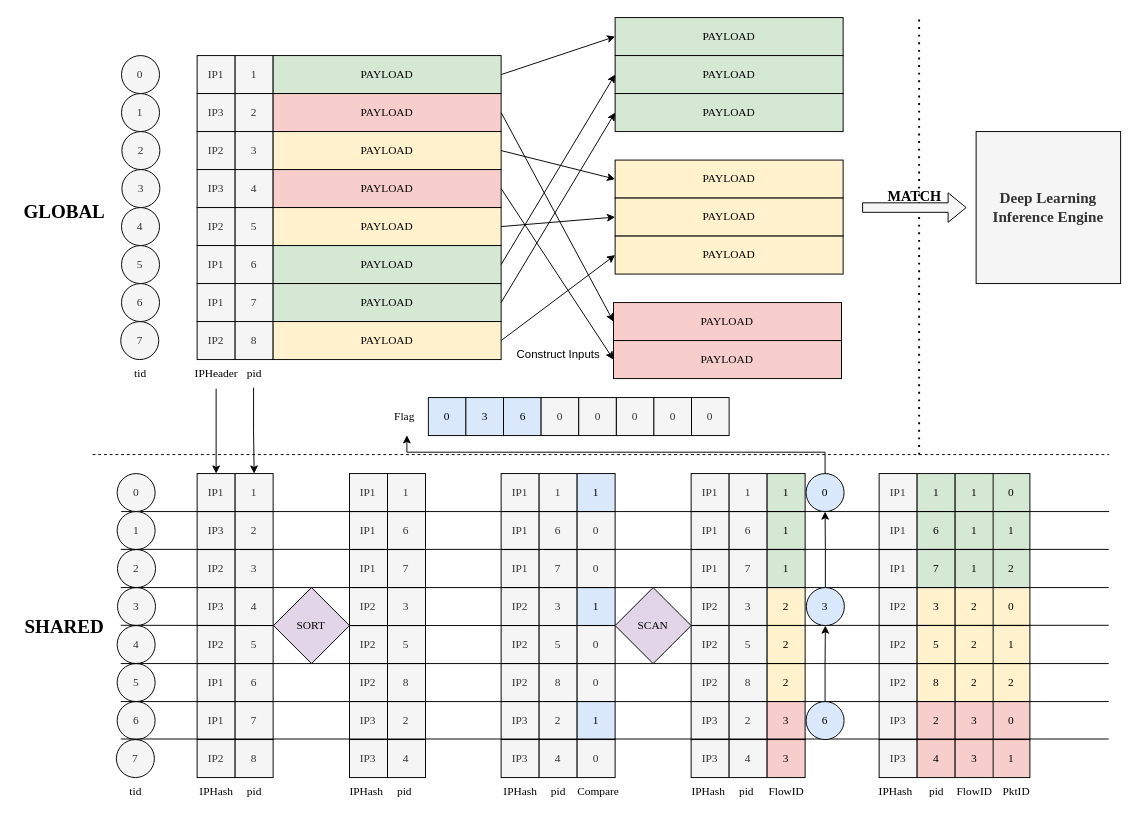
The draw.io diagram page "第 3 页" (2 of 6) of producer&consumer.drawio in CHRIS123540/GPU, before the edit. Source tidied: cells renumbered, new cells numbered last; positions are measured from the earlier drawing's top-left corner, leaving out a move shared by most shapes. Both pictures are drawn from the tidied source at 95%, with x=0, y=0 at pixel (16, 17).
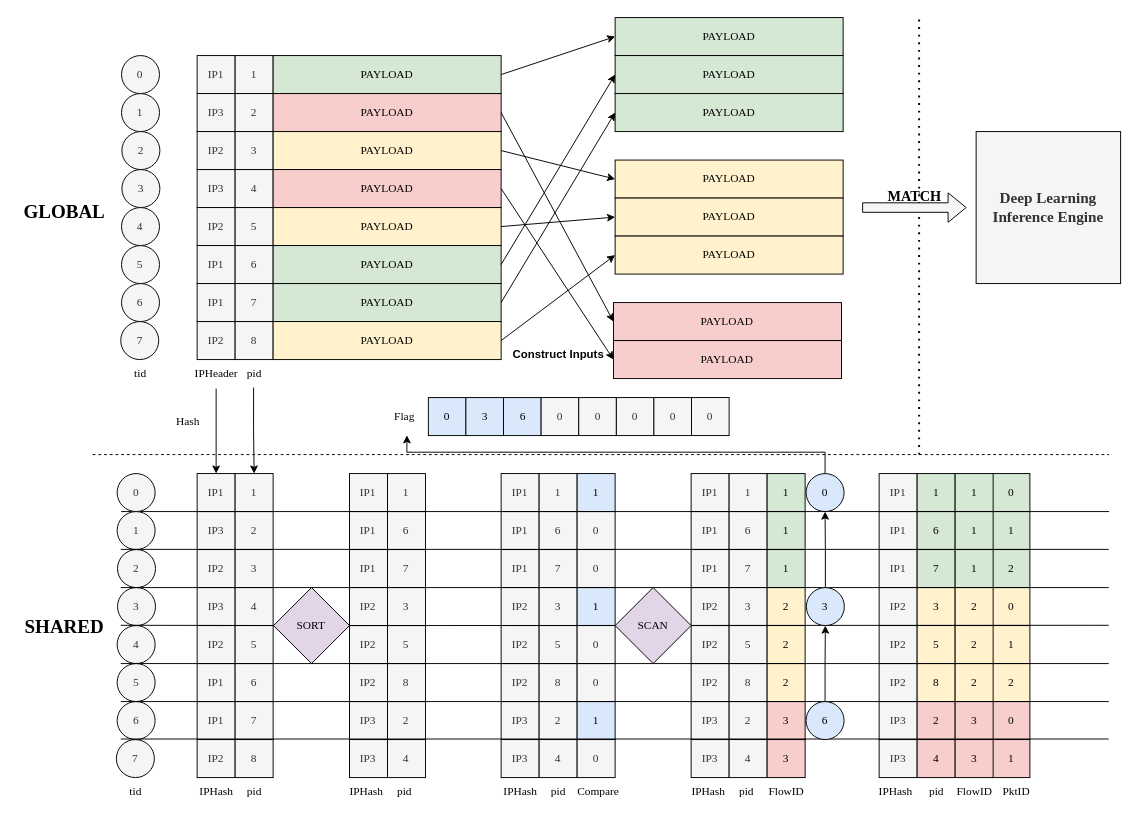
The same diagram, later.

Change to the diagram source:
```diff
@@
-    <mxCell id="222" value="Construct Inputs" style="text;html=1;align=center;verticalAlign=middle;strokeColor=none;fillColor=none;" parent="1" vertex="1">
+    <mxCell id="222" value="Construct Inputs" style="text;html=1;align=center;verticalAlign=middle;strokeColor=none;fillColor=none;fontStyle=1;" parent="1" vertex="1">
       <mxGeometry x="515.4" y="340" width="110" height="30" as="geometry" />
     </mxCell>
+    <mxCell id="223" value="Hash" style="text;html=1;align=center;verticalAlign=middle;strokeColor=none;fillColor=none;fontFamily=Times New Roman;" parent="1" vertex="1">
+      <mxGeometry x="155" y="410" width="50" height="30" as="geometry" />
+    </mxCell>
```
